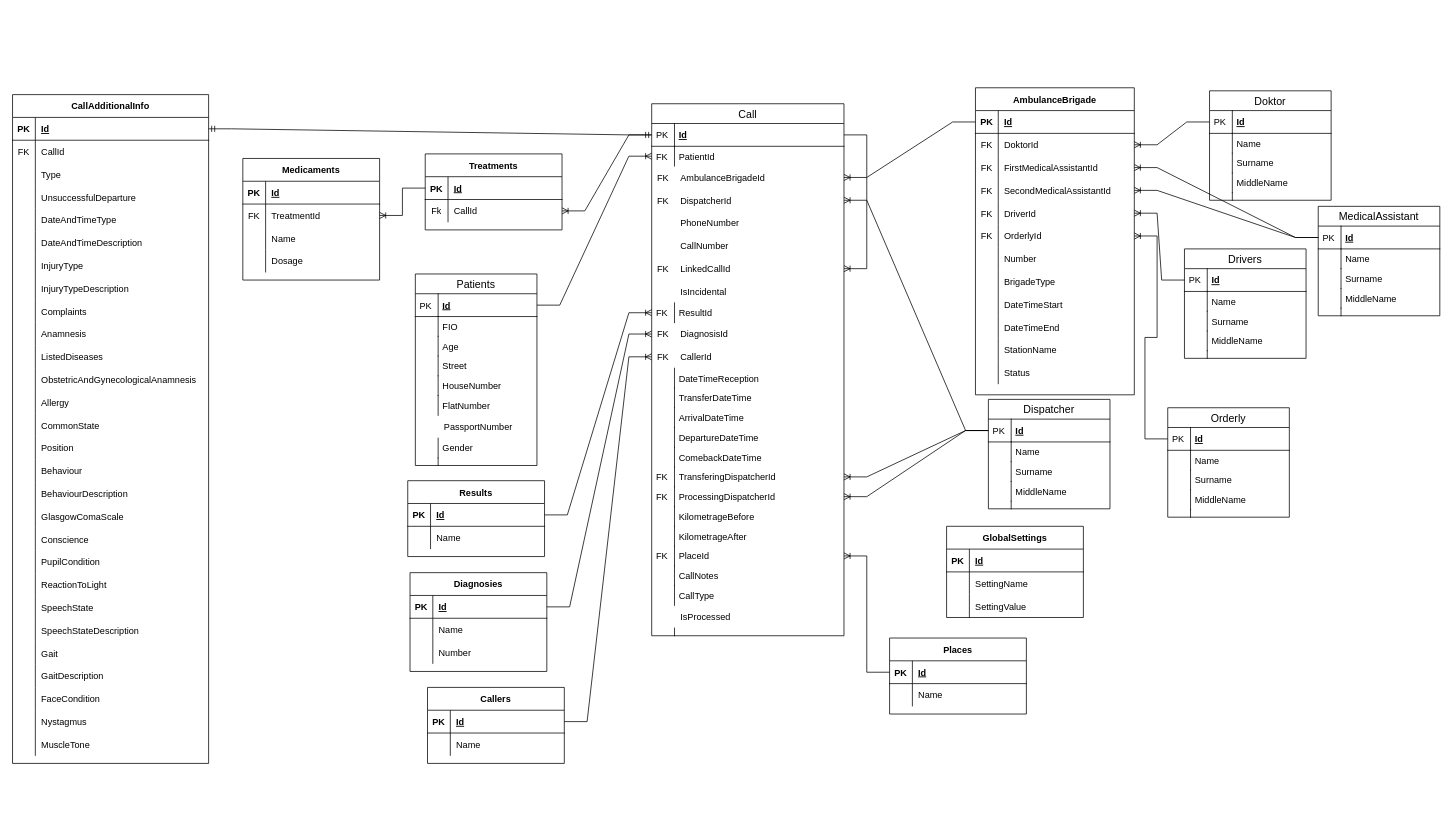
Earlier version of the draw.io diagram Database scheme.drawio (zalyz/Diplom). Source tidied: cells renumbered, new cells numbered last; positions are measured from the earlier drawing's top-left corner, leaving out a move shared by most shapes. Both pictures are drawn from the tidied source at 76%, with x=0, y=0 at pixel (12, 87).
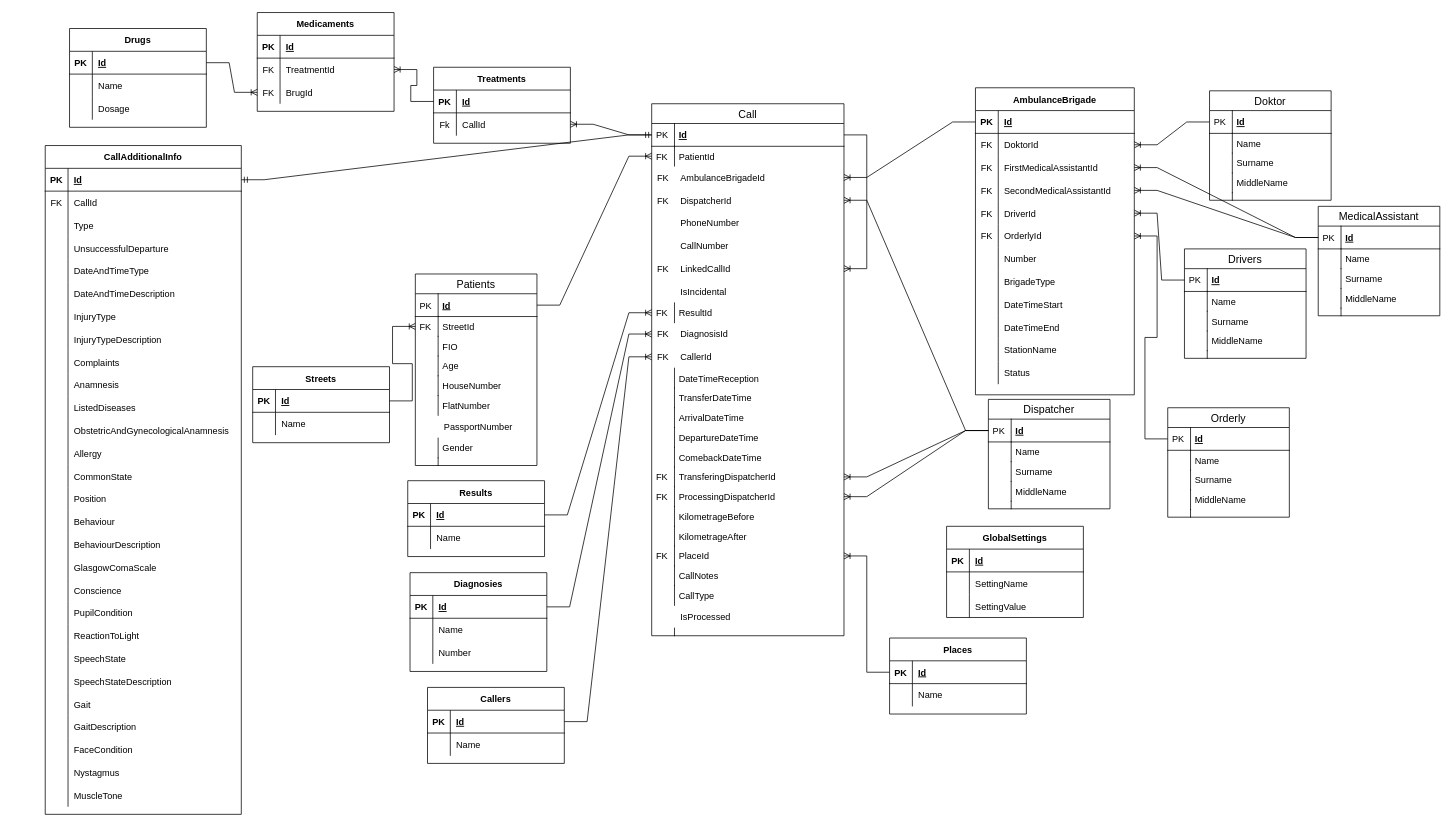
The same page after the edit.

Unchanged cells that the change refers to:
```xml
<mxCell id="68" value="Patients" style="swimlane;fontStyle=0;horizontal=1;startSize=26;align=center;fontSize=14;" parent="1" vertex="1">
  <mxGeometry x="530" y="245" width="160" height="252" as="geometry" />
</mxCell>
```

Change to the diagram source:
```diff
@@
+    <mxCell id="75" value="StreetId" style="shape=partialRectangle;top=0;left=0;right=0;bottom=0;align=left;verticalAlign=top;fillColor=none;spacingLeft=34;spacingRight=4;overflow=hidden;points=[[0,0.5],[1,0.5]];portConstraint=eastwest;fontSize=12;" parent="68" vertex="1">
+      <mxGeometry y="56" width="160" height="26" as="geometry" />
+    </mxCell>
+    <mxCell id="76" value="FK" style="shape=partialRectangle;top=0;left=0;bottom=0;fillColor=none;align=left;verticalAlign=top;spacingLeft=4;spacingRight=4;overflow=hidden;fontSize=12;" parent="75" vertex="1">
+      <mxGeometry width="30" height="26" as="geometry" />
+    </mxCell>
     <mxCell id="71" value="FIO" style="shape=partialRectangle;top=0;left=0;right=0;bottom=0;align=left;verticalAlign=top;fillColor=none;spacingLeft=34;spacingRight=4;overflow=hidden;fontSize=12;" parent="68" vertex="1">
-      <mxGeometry y="56" width="160" height="26" as="geometry" />
+      <mxGeometry y="82" width="160" height="26" as="geometry" />
     </mxCell>
@@
     <mxCell id="73" value="Age" style="shape=partialRectangle;top=0;left=0;right=0;bottom=0;align=left;verticalAlign=top;fillColor=none;spacingLeft=34;spacingRight=4;overflow=hidden;fontSize=12;" parent="68" vertex="1">
-      <mxGeometry y="82" width="160" height="26" as="geometry" />
+      <mxGeometry y="108" width="160" height="26" as="geometry" />
     </mxCell>
@@
-    <mxCell id="75" value="Street" style="shape=partialRectangle;top=0;left=0;right=0;bottom=0;align=left;verticalAlign=top;fillColor=none;spacingLeft=34;spacingRight=4;overflow=hidden;points=[[0,0.5],[1,0.5]];portConstraint=eastwest;fontSize=12;" parent="68" vertex="1">
-      <mxGeometry y="108" width="160" height="26" as="geometry" />
-    </mxCell>
-    <mxCell id="76" style="shape=partialRectangle;top=0;left=0;bottom=0;fillColor=none;align=left;verticalAlign=top;spacingLeft=4;spacingRight=4;overflow=hidden;fontSize=12;" parent="75" vertex="1">
-      <mxGeometry width="30" height="26" as="geometry" />
-    </mxCell>
@@
     <mxCell id="220" value="Treatments" style="shape=table;startSize=30;childLayout=tableLayout;rowLines=0;fontStyle=1;align=center;" parent="1" vertex="1">
-      <mxGeometry x="543" y="87" width="180" height="100" as="geometry" />
+      <mxGeometry x="554" y="-27" width="180" height="100" as="geometry" />
     </mxCell>
@@
     <mxCell id="227" value="Medicaments" style="shape=table;startSize=30;childLayout=tableLayout;rowLines=0;fontStyle=1;align=center;" parent="1" vertex="1">
-      <mxGeometry x="303" y="93" width="180" height="160" as="geometry" />
+      <mxGeometry x="322" y="-99" width="180" height="130" as="geometry" />
     </mxCell>
@@
-    <mxCell id="234" style="shape=tableRow;horizontal=0;startSize=0;swimlaneHead=0;swimlaneBody=0;fillColor=none;top=0;left=0;right=0;bottom=0;" parent="227" vertex="1">
-      <mxGeometry y="90" width="180" height="30" as="geometry" />
-    </mxCell>
-    <mxCell id="235" style="shape=partialRectangle;fillColor=none;top=0;left=0;bottom=0;right=0;overflow=hidden;" parent="234" vertex="1">
-      <mxGeometry width="30" height="30" as="geometry" />
-    </mxCell>
-    <mxCell id="236" value="Name" style="shape=partialRectangle;fillColor=none;top=0;left=0;bottom=0;right=0;align=left;spacingLeft=6;overflow=hidden;" parent="234" vertex="1">
-      <mxGeometry x="30" width="150" height="30" as="geometry" />
-    </mxCell>
-    <mxCell id="237" style="shape=tableRow;horizontal=0;startSize=0;swimlaneHead=0;swimlaneBody=0;fillColor=none;top=0;left=0;right=0;bottom=0;" parent="227" vertex="1">
-      <mxGeometry y="120" width="180" height="30" as="geometry" />
-    </mxCell>
-    <mxCell id="238" style="shape=partialRectangle;fillColor=none;top=0;left=0;bottom=0;right=0;overflow=hidden;" parent="237" vertex="1">
-      <mxGeometry width="30" height="30" as="geometry" />
-    </mxCell>
-    <mxCell id="239" value="Dosage" style="shape=partialRectangle;fillColor=none;top=0;left=0;bottom=0;right=0;align=left;spacingLeft=6;overflow=hidden;" parent="237" vertex="1">
-      <mxGeometry x="30" width="150" height="30" as="geometry" />
-    </mxCell>
+    <mxCell id="344" style="shape=tableRow;horizontal=0;startSize=0;swimlaneHead=0;swimlaneBody=0;fillColor=none;points=[[0,0.5],[1,0.5]];portConstraint=eastwest;top=0;left=0;right=0;bottom=0;" parent="227" vertex="1">
+      <mxGeometry y="90" width="180" height="30" as="geometry" />
+    </mxCell>
+    <mxCell id="345" value="FK" style="shape=partialRectangle;fillColor=none;top=0;left=0;bottom=0;right=0;fontStyle=0;overflow=hidden;" parent="344" vertex="1">
+      <mxGeometry width="30" height="30" as="geometry" />
+    </mxCell>
+    <mxCell id="346" value="ВrugId" style="shape=partialRectangle;fillColor=none;top=0;left=0;bottom=0;right=0;align=left;spacingLeft=6;fontStyle=0;overflow=hidden;" parent="344" vertex="1">
+      <mxGeometry x="30" width="150" height="30" as="geometry" />
+    </mxCell>
@@
     <mxCell id="249" value="CallAdditionalInfo" style="shape=table;startSize=30;childLayout=tableLayout;rowLines=0;fontStyle=1;align=center;" parent="1" vertex="1">
-      <mxGeometry y="9" width="258" height="880" as="geometry" />
+      <mxGeometry x="43" y="76" width="258" height="880" as="geometry" />
     </mxCell>
@@
+    <mxCell id="347" value="Drugs" style="shape=table;startSize=30;childLayout=tableLayout;rowLines=0;fontStyle=1;align=center;" parent="1" vertex="1">
+      <mxGeometry x="75" y="-78" width="180" height="130" as="geometry" />
+    </mxCell>
+    <mxCell id="348" style="shape=tableRow;horizontal=0;startSize=0;swimlaneHead=0;swimlaneBody=0;fillColor=none;points=[[0,0.5],[1,0.5]];portConstraint=eastwest;top=0;left=0;right=0;bottom=1;" parent="347" vertex="1">
+      <mxGeometry y="30" width="180" height="30" as="geometry" />
+    </mxCell>
+    <mxCell id="349" value="PK" style="shape=partialRectangle;fillColor=none;top=0;left=0;bottom=0;right=0;fontStyle=1;overflow=hidden;" parent="348" vertex="1">
+      <mxGeometry width="30" height="30" as="geometry" />
+    </mxCell>
+    <mxCell id="350" value="Id" style="shape=partialRectangle;fillColor=none;top=0;left=0;bottom=0;right=0;align=left;spacingLeft=6;fontStyle=5;overflow=hidden;" parent="348" vertex="1">
+      <mxGeometry x="30" width="150" height="30" as="geometry" />
+    </mxCell>
+    <mxCell id="351" style="shape=tableRow;horizontal=0;startSize=0;swimlaneHead=0;swimlaneBody=0;fillColor=none;top=0;left=0;right=0;bottom=0;" parent="347" vertex="1">
+      <mxGeometry y="60" width="180" height="30" as="geometry" />
+    </mxCell>
+    <mxCell id="352" style="shape=partialRectangle;fillColor=none;top=0;left=0;bottom=0;right=0;overflow=hidden;" parent="351" vertex="1">
+      <mxGeometry width="30" height="30" as="geometry" />
+    </mxCell>
+    <mxCell id="353" value="Name" style="shape=partialRectangle;fillColor=none;top=0;left=0;bottom=0;right=0;align=left;spacingLeft=6;overflow=hidden;" parent="351" vertex="1">
+      <mxGeometry x="30" width="150" height="30" as="geometry" />
+    </mxCell>
+    <mxCell id="354" style="shape=tableRow;horizontal=0;startSize=0;swimlaneHead=0;swimlaneBody=0;fillColor=none;top=0;left=0;right=0;bottom=0;" parent="347" vertex="1">
+      <mxGeometry y="90" width="180" height="30" as="geometry" />
+    </mxCell>
+    <mxCell id="355" style="shape=partialRectangle;fillColor=none;top=0;left=0;bottom=0;right=0;overflow=hidden;" parent="354" vertex="1">
+      <mxGeometry width="30" height="30" as="geometry" />
+    </mxCell>
+    <mxCell id="239" value="Dosage" style="shape=partialRectangle;fillColor=none;top=0;left=0;bottom=0;right=0;align=left;spacingLeft=6;overflow=hidden;" parent="354" vertex="1">
+      <mxGeometry x="30" width="150" height="30" as="geometry" />
+    </mxCell>
+    <mxCell id="356" style="edgeStyle=entityRelationEdgeStyle;fontSize=12;html=1;endArrow=ERoneToMany;rounded=0;entryX=0;entryY=0.5;entryDx=0;entryDy=0;exitX=1;exitY=0.5;exitDx=0;exitDy=0;" parent="1" edge="1" source="348" target="344">
+      <mxGeometry relative="1" as="geometry" />
+    </mxCell>
+    <mxCell id="357" value="Streets" style="shape=table;startSize=30;childLayout=tableLayout;rowLines=0;fontStyle=1;align=center;" parent="1" vertex="1">
+      <mxGeometry x="316" y="367" width="180" height="100" as="geometry" />
+    </mxCell>
+    <mxCell id="358" style="shape=tableRow;horizontal=0;startSize=0;swimlaneHead=0;swimlaneBody=0;fillColor=none;points=[[0,0.5],[1,0.5]];portConstraint=eastwest;top=0;left=0;right=0;bottom=1;" parent="357" vertex="1">
+      <mxGeometry y="30" width="180" height="30" as="geometry" />
+    </mxCell>
+    <mxCell id="359" value="PK" style="shape=partialRectangle;fillColor=none;top=0;left=0;bottom=0;right=0;fontStyle=1;overflow=hidden;" parent="358" vertex="1">
+      <mxGeometry width="30" height="30" as="geometry" />
+    </mxCell>
+    <mxCell id="360" value="Id" style="shape=partialRectangle;fillColor=none;top=0;left=0;bottom=0;right=0;align=left;spacingLeft=6;fontStyle=5;overflow=hidden;" parent="358" vertex="1">
+      <mxGeometry x="30" width="150" height="30" as="geometry" />
+    </mxCell>
+    <mxCell id="361" style="shape=tableRow;horizontal=0;startSize=0;swimlaneHead=0;swimlaneBody=0;fillColor=none;top=0;left=0;right=0;bottom=0;" parent="357" vertex="1">
+      <mxGeometry y="60" width="180" height="30" as="geometry" />
+    </mxCell>
+    <mxCell id="362" style="shape=partialRectangle;fillColor=none;top=0;left=0;bottom=0;right=0;overflow=hidden;" parent="361" vertex="1">
+      <mxGeometry width="30" height="30" as="geometry" />
+    </mxCell>
+    <mxCell id="363" value="Name" style="shape=partialRectangle;fillColor=none;top=0;left=0;bottom=0;right=0;align=left;spacingLeft=6;overflow=hidden;" parent="361" vertex="1">
+      <mxGeometry x="30" width="150" height="30" as="geometry" />
+    </mxCell>
+    <mxCell id="364" style="edgeStyle=entityRelationEdgeStyle;fontSize=12;html=1;endArrow=ERoneToMany;rounded=0;entryX=0;entryY=0.5;entryDx=0;entryDy=0;exitX=1;exitY=0.5;exitDx=0;exitDy=0;" parent="1" edge="1" source="358" target="75">
+      <mxGeometry relative="1" as="geometry" />
+    </mxCell>
```
